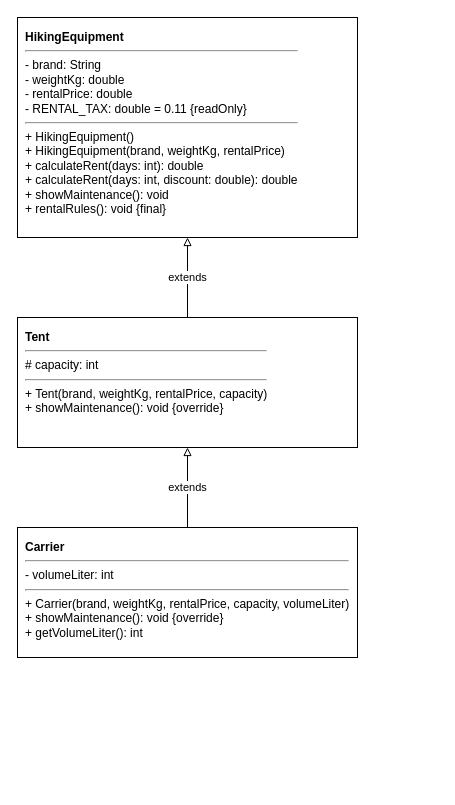
Before: MIDTERMS/Question2/Question2_Multilevel_Inheritance.drawio in NabeelElraf/PBO, a draw.io diagram. Source tidied: cells renumbered, new cells numbered last; positions are measured from the earlier drawing's top-left corner, leaving out a move shared by most shapes. Both pictures are drawn from the tidied source at 100%, with x=0, y=0 at pixel (17, 17).
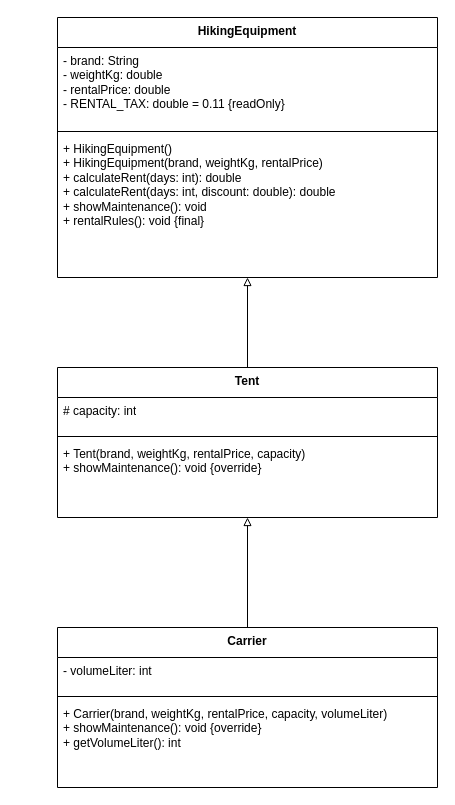
Above is the later version.

Commit message:
Use UML class shapes in question 2 diagram

Change to the diagram source:
```diff
@@
 <mxGraphModel>
   <root>
     <mxCell id="0" />
     <mxCell id="1" parent="0" />
-    <mxCell id="2" value="&lt;b&gt;HikingEquipment&lt;/b&gt;&lt;hr&gt;- brand: String&lt;br&gt;- weightKg: double&lt;br&gt;- rentalPrice: double&lt;br&gt;- RENTAL_TAX: double = 0.11 {readOnly}&lt;hr&gt;+ HikingEquipment()&lt;br&gt;+ HikingEquipment(brand, weightKg, rentalPrice)&lt;br&gt;+ calculateRent(days: int): double&lt;br&gt;+ calculateRent(days: int, discount: double): double&lt;br&gt;+ showMaintenance(): void&lt;br&gt;+ rentalRules(): void {final}" style="rounded=0;whiteSpace=wrap;html=1;align=left;verticalAlign=top;spacing=8;" parent="1" vertex="1">
-      <mxGeometry width="340" height="220" as="geometry" />
+    <mxCell id="2" value="HikingEquipment" style="swimlane;fontStyle=1;align=center;verticalAlign=top;horizontal=1;startSize=30;rounded=0;html=1;whiteSpace=wrap;" parent="1" vertex="1">
+      <mxGeometry x="40" width="380" height="260" as="geometry" />
     </mxCell>
+    <mxCell id="7" value="- brand: String&lt;br&gt;- weightKg: double&lt;br&gt;- rentalPrice: double&lt;br&gt;- RENTAL_TAX: double = 0.11 {readOnly}" style="text;strokeColor=none;fillColor=none;align=left;verticalAlign=top;spacingLeft=4;spacingRight=4;overflow=hidden;html=1;whiteSpace=wrap;" parent="2" vertex="1">
+      <mxGeometry y="30" width="380" height="80" as="geometry" />
+    </mxCell>
+    <mxCell id="8" style="line;html=1;strokeWidth=1;align=left;verticalAlign=middle;spacingTop=-1;spacingLeft=3;spacingRight=3;labelPosition=right;" parent="2" vertex="1">
+      <mxGeometry y="110" width="380" height="8" as="geometry" />
+    </mxCell>
+    <mxCell id="9" value="+ HikingEquipment()&lt;br&gt;+ HikingEquipment(brand, weightKg, rentalPrice)&lt;br&gt;+ calculateRent(days: int): double&lt;br&gt;+ calculateRent(days: int, discount: double): double&lt;br&gt;+ showMaintenance(): void&lt;br&gt;+ rentalRules(): void {final}" style="text;strokeColor=none;fillColor=none;align=left;verticalAlign=top;spacingLeft=4;spacingRight=4;overflow=hidden;html=1;whiteSpace=wrap;" parent="2" vertex="1">
+      <mxGeometry y="118" width="380" height="140" as="geometry" />
+    </mxCell>
-    <mxCell id="3" value="&lt;b&gt;Tent&lt;/b&gt;&lt;hr&gt;# capacity: int&lt;hr&gt;+ Tent(brand, weightKg, rentalPrice, capacity)&lt;br&gt;+ showMaintenance(): void {override}" style="rounded=0;whiteSpace=wrap;html=1;align=left;verticalAlign=top;spacing=8;" parent="1" vertex="1">
-      <mxGeometry y="300" width="340" height="130" as="geometry" />
+    <mxCell id="3" value="Tent" style="swimlane;fontStyle=1;align=center;verticalAlign=top;horizontal=1;startSize=30;rounded=0;html=1;whiteSpace=wrap;" parent="1" vertex="1">
+      <mxGeometry x="40" y="350" width="380" height="150" as="geometry" />
     </mxCell>
+    <mxCell id="10" value="# capacity: int" style="text;strokeColor=none;fillColor=none;align=left;verticalAlign=top;spacingLeft=4;spacingRight=4;overflow=hidden;html=1;whiteSpace=wrap;" parent="3" vertex="1">
+      <mxGeometry y="30" width="380" height="35" as="geometry" />
+    </mxCell>
+    <mxCell id="11" style="line;html=1;strokeWidth=1;align=left;verticalAlign=middle;spacingTop=-1;spacingLeft=3;spacingRight=3;labelPosition=right;" parent="3" vertex="1">
+      <mxGeometry y="65" width="380" height="8" as="geometry" />
+    </mxCell>
+    <mxCell id="12" value="+ Tent(brand, weightKg, rentalPrice, capacity)&lt;br&gt;+ showMaintenance(): void {override}" style="text;strokeColor=none;fillColor=none;align=left;verticalAlign=top;spacingLeft=4;spacingRight=4;overflow=hidden;html=1;whiteSpace=wrap;" parent="3" vertex="1">
+      <mxGeometry y="73" width="380" height="70" as="geometry" />
+    </mxCell>
-    <mxCell id="4" value="&lt;b&gt;Carrier&lt;/b&gt;&lt;hr&gt;- volumeLiter: int&lt;hr&gt;+ Carrier(brand, weightKg, rentalPrice, capacity, volumeLiter)&lt;br&gt;+ showMaintenance(): void {override}&lt;br&gt;+ getVolumeLiter(): int" style="rounded=0;whiteSpace=wrap;html=1;align=left;verticalAlign=top;spacing=8;" parent="1" vertex="1">
-      <mxGeometry y="510" width="340" height="130" as="geometry" />
+    <mxCell id="4" value="Carrier" style="swimlane;fontStyle=1;align=center;verticalAlign=top;horizontal=1;startSize=30;rounded=0;html=1;whiteSpace=wrap;" parent="1" vertex="1">
+      <mxGeometry x="40" y="610" width="380" height="160" as="geometry" />
     </mxCell>
+    <mxCell id="13" value="- volumeLiter: int" style="text;strokeColor=none;fillColor=none;align=left;verticalAlign=top;spacingLeft=4;spacingRight=4;overflow=hidden;html=1;whiteSpace=wrap;" parent="4" vertex="1">
+      <mxGeometry y="30" width="380" height="35" as="geometry" />
+    </mxCell>
+    <mxCell id="14" style="line;html=1;strokeWidth=1;align=left;verticalAlign=middle;spacingTop=-1;spacingLeft=3;spacingRight=3;labelPosition=right;" parent="4" vertex="1">
+      <mxGeometry y="65" width="380" height="8" as="geometry" />
+    </mxCell>
+    <mxCell id="15" value="+ Carrier(brand, weightKg, rentalPrice, capacity, volumeLiter)&lt;br&gt;+ showMaintenance(): void {override}&lt;br&gt;+ getVolumeLiter(): int" style="text;strokeColor=none;fillColor=none;align=left;verticalAlign=top;spacingLeft=4;spacingRight=4;overflow=hidden;html=1;whiteSpace=wrap;" parent="4" vertex="1">
+      <mxGeometry y="73" width="380" height="80" as="geometry" />
+    </mxCell>
-    <mxCell id="5" value="extends" style="edgeStyle=orthogonalEdgeStyle;endArrow=block;endFill=0;html=1;rounded=0;" parent="1" edge="1" source="3" target="2">
+    <mxCell id="5" style="endArrow=block;endFill=0;html=1;edgeStyle=orthogonalEdgeStyle;" parent="1" edge="1" source="3" target="2">
       <mxGeometry relative="1" as="geometry" />
     </mxCell>
-    <mxCell id="6" value="extends" style="edgeStyle=orthogonalEdgeStyle;endArrow=block;endFill=0;html=1;rounded=0;" parent="1" edge="1" source="4" target="3">
+    <mxCell id="6" style="endArrow=block;endFill=0;html=1;edgeStyle=orthogonalEdgeStyle;" parent="1" edge="1" source="4" target="3">
       <mxGeometry relative="1" as="geometry" />
     </mxCell>
   </root>
 </mxGraphModel>
```
